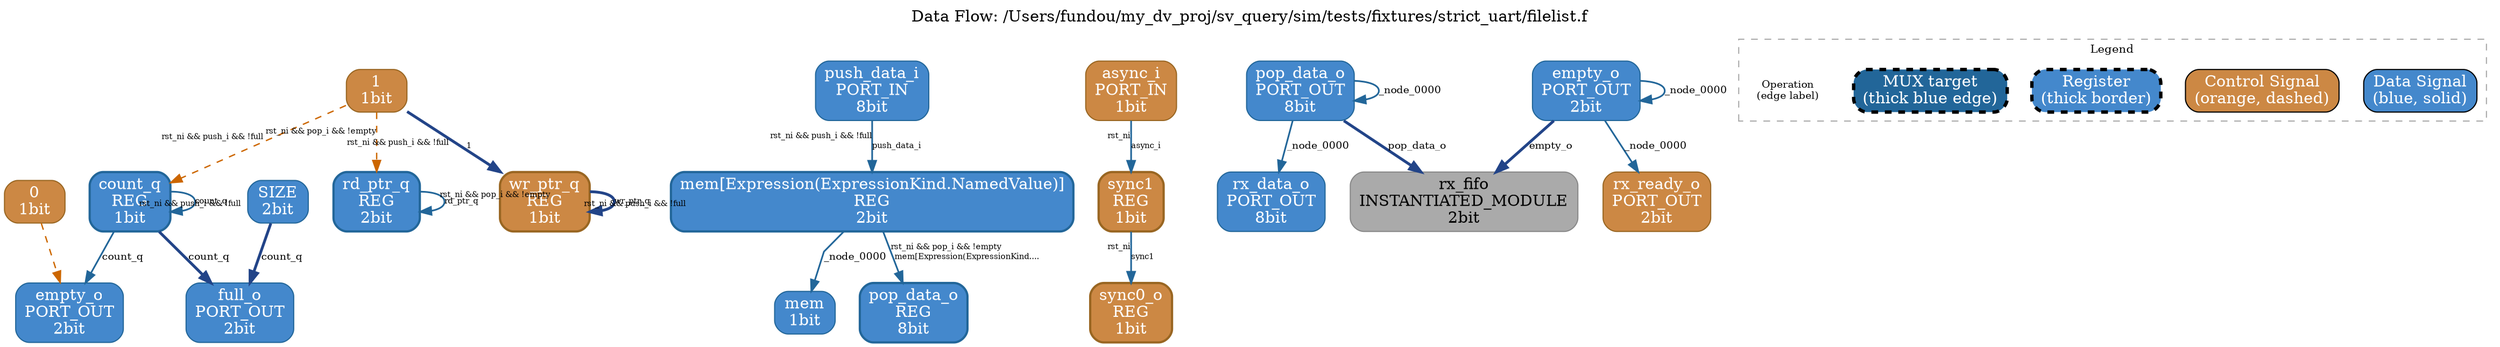
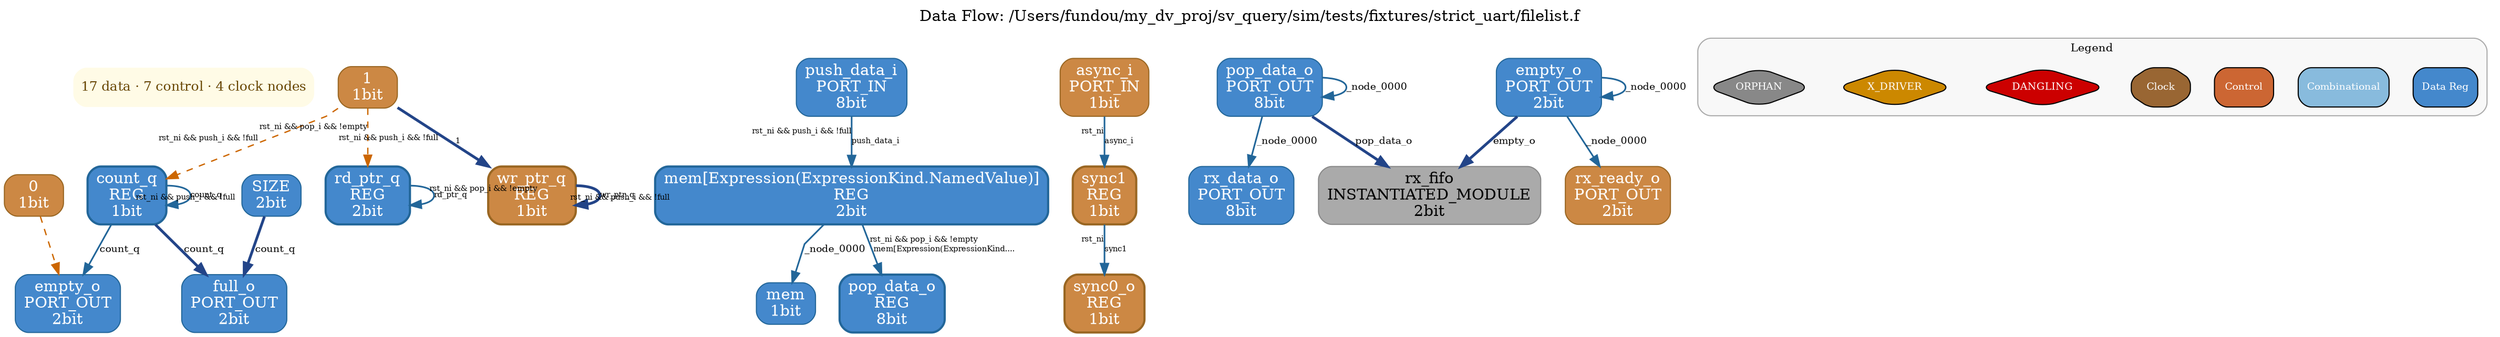
digraph dataflow {
  rankdir=TB;
  label="Data Flow: /Users/fundou/my_dv_proj/sv_query/sim/tests/fixtures/strict_uart/filelist.f";
  labelloc=t;
  fontsize=14;
  ranksep=0.5;
  nodesep=0.3;
  splines=polyline;

-   // TL;DR: 17 data · 7 control · 4 clock nodes
+   // === TL;DR ===
+   TLDR [shape=plaintext, label="17 data · 7 control · 4 clock nodes",
+         fontsize=12, fontcolor="#664400",
+         fillcolor="#fffbe6", style="rounded,filled",
+         margin=0.1];

  // === Nodes ===
  "0" [label="0\n1bit" shape=box style="rounded,filled" fillcolor="#cc8844" color="#996622" fontcolor="white" penwidth=1];
  "1" [label="1\n1bit" shape=box style="rounded,filled" fillcolor="#cc8844" color="#996622" fontcolor="white" penwidth=1];
  "sync_fifo.SIZE" [label="SIZE\n2bit" shape=box style="rounded,filled" fillcolor="#4488cc" color="#226699" fontcolor="white" penwidth=1];
  "sync_fifo.count_q" [label="count_q\nREG\n1bit" shape=box style="rounded,filled" fillcolor="#4488cc" color="#226699" fontcolor="white" penwidth=2];
  "sync_fifo.empty_o" [label="empty_o\nPORT_OUT\n2bit" shape=box style="rounded,filled" fillcolor="#4488cc" color="#226699" fontcolor="white" penwidth=1];
  "sync_fifo.full_o" [label="full_o\nPORT_OUT\n2bit" shape=box style="rounded,filled" fillcolor="#4488cc" color="#226699" fontcolor="white" penwidth=1];
  "sync_fifo.mem" [label="mem\n1bit" shape=box style="rounded,filled" fillcolor="#4488cc" color="#226699" fontcolor="white" penwidth=1];
  "sync_fifo.mem[Expression(ExpressionKind.NamedValue)]" [label="mem[Expression(ExpressionKind.NamedValue)]\nREG\n2bit" shape=box style="rounded,filled" fillcolor="#4488cc" color="#226699" fontcolor="white" penwidth=2];
  "sync_fifo.pop_data_o" [label="pop_data_o\nREG\n8bit" shape=box style="rounded,filled" fillcolor="#4488cc" color="#226699" fontcolor="white" penwidth=2];
  "sync_fifo.push_data_i" [label="push_data_i\nPORT_IN\n8bit" shape=box style="rounded,filled" fillcolor="#4488cc" color="#226699" fontcolor="white" penwidth=1];
  "sync_fifo.rd_ptr_q" [label="rd_ptr_q\nREG\n2bit" shape=box style="rounded,filled" fillcolor="#4488cc" color="#226699" fontcolor="white" penwidth=2];
  "sync_fifo.wr_ptr_q" [label="wr_ptr_q\nREG\n1bit" shape=box style="rounded,filled" fillcolor="#cc8844" color="#996622" fontcolor="white" penwidth=2];
  "synchronizer.async_i" [label="async_i\nPORT_IN\n1bit" shape=box style="rounded,filled" fillcolor="#cc8844" color="#996622" fontcolor="white" penwidth=1];
  "synchronizer.sync0_o" [label="sync0_o\nREG\n1bit" shape=box style="rounded,filled" fillcolor="#cc8844" color="#996622" fontcolor="white" penwidth=2];
  "synchronizer.sync1" [label="sync1\nREG\n1bit" shape=box style="rounded,filled" fillcolor="#cc8844" color="#996622" fontcolor="white" penwidth=2];
  "uart_top.rx_data_o" [label="rx_data_o\nPORT_OUT\n8bit" shape=box style="rounded,filled" fillcolor="#4488cc" color="#226699" fontcolor="white" penwidth=1];
  "uart_top.rx_fifo" [label="rx_fifo\nINSTANTIATED_MODULE\n2bit" shape=box style="rounded,filled" fillcolor="#aaaaaa" color="#888888" fontcolor="black" penwidth=1];
  "uart_top.rx_fifo.empty_o" [label="empty_o\nPORT_OUT\n2bit" shape=box style="rounded,filled" fillcolor="#4488cc" color="#226699" fontcolor="white" penwidth=1];
  "uart_top.rx_fifo.pop_data_o" [label="pop_data_o\nPORT_OUT\n8bit" shape=box style="rounded,filled" fillcolor="#4488cc" color="#226699" fontcolor="white" penwidth=1];
  "uart_top.rx_ready_o" [label="rx_ready_o\nPORT_OUT\n2bit" shape=box style="rounded,filled" fillcolor="#cc8844" color="#996622" fontcolor="white" penwidth=1];

  // === Data Edges ===
  "synchronizer.async_i" -> "synchronizer.sync1" [color="#226699", style=solid, penwidth=1.5, label="async_i", fontsize=9, xlabel="rst_ni", fontsize=7];
  "synchronizer.sync1" -> "synchronizer.sync0_o" [color="#226699", style=solid, penwidth=1.5, label="sync1", fontsize=9, xlabel="rst_ni", fontsize=7];
  "sync_fifo.push_data_i" -> "sync_fifo.mem[Expression(ExpressionKind.NamedValue)]" [color="#226699", style=solid, penwidth=1.5, label="push_data_i", fontsize=9, xlabel="rst_ni && push_i && !full", fontsize=7];
  "sync_fifo.count_q" -> "sync_fifo.empty_o" [color="#226699", style=solid, penwidth=1.5, label="count_q", fontsize=9];
  "sync_fifo.count_q" -> "sync_fifo.full_o" [color="#226699", style=solid, penwidth=1.5, label="count_q", fontsize=9, penwidth=2.5, color="#224488"];
  "sync_fifo.count_q" -> "sync_fifo.count_q" [color="#226699", style=solid, penwidth=1.5, label="count_q", fontsize=9, xlabel="rst_ni && push_i && !full", fontsize=7];
  "sync_fifo.wr_ptr_q" -> "sync_fifo.wr_ptr_q" [color="#226699", style=solid, penwidth=1.5, label="wr_ptr_q", fontsize=9, xlabel="rst_ni && push_i && !full", fontsize=7, penwidth=2.5, color="#224488"];
  "sync_fifo.SIZE" -> "sync_fifo.full_o" [color="#226699", style=solid, penwidth=1.5, label="count_q", fontsize=9, penwidth=2.5, color="#224488"];
  "sync_fifo.rd_ptr_q" -> "sync_fifo.rd_ptr_q" [color="#226699", style=solid, penwidth=1.5, label="rd_ptr_q", fontsize=9, xlabel="rst_ni && pop_i && !empty", fontsize=7];
  "sync_fifo.mem[Expression(ExpressionKind.NamedValue)]" -> "sync_fifo.pop_data_o" [color="#226699", style=solid, penwidth=1.5, label="mem[Expression(ExpressionKind....", fontsize=9, xlabel="rst_ni && pop_i && !empty", fontsize=7];
  "sync_fifo.mem[Expression(ExpressionKind.NamedValue)]" -> "sync_fifo.mem" [color="#226699", style=solid, penwidth=1.5, label="_node_0000", fontsize=9];
  "uart_top.rx_fifo.pop_data_o" -> "uart_top.rx_fifo.pop_data_o" [color="#226699", style=solid, penwidth=1.5, label="_node_0000", fontsize=9];
  "uart_top.rx_fifo.pop_data_o" -> "uart_top.rx_data_o" [color="#226699", style=solid, penwidth=1.5, label="_node_0000", fontsize=9];
  "uart_top.rx_fifo.pop_data_o" -> "uart_top.rx_fifo" [color="#226699", style=solid, penwidth=1.5, label="pop_data_o", fontsize=9, penwidth=2.5, color="#224488"];
  "uart_top.rx_fifo.empty_o" -> "uart_top.rx_fifo.empty_o" [color="#226699", style=solid, penwidth=1.5, label="_node_0000", fontsize=9];
  "uart_top.rx_fifo.empty_o" -> "uart_top.rx_ready_o" [color="#226699", style=solid, penwidth=1.5, label="_node_0000", fontsize=9];
  "uart_top.rx_fifo.empty_o" -> "uart_top.rx_fifo" [color="#226699", style=solid, penwidth=1.5, label="empty_o", fontsize=9, penwidth=2.5, color="#224488"];
  "1" -> "sync_fifo.wr_ptr_q" [color="#226699", style=solid, penwidth=1.5, label="1", fontsize=9, xlabel="rst_ni && push_i && !full", fontsize=7, penwidth=2.5, color="#224488"];

  // === Key Control Edges ===
  "0" -> "sync_fifo.empty_o" [color="#CC6600", style=dashed, penwidth=1.2];
  "1" -> "sync_fifo.rd_ptr_q" [color="#CC6600", style=dashed, penwidth=1.2, xlabel="rst_ni && pop_i && !empty", fontsize=7];
  "1" -> "sync_fifo.count_q" [color="#CC6600", style=dashed, penwidth=1.2, xlabel="rst_ni && push_i && !full", fontsize=7];

  // === Legend ===
  subgraph cluster_legend {
    label="Legend";
+     style="rounded,filled";
+     fillcolor="#f8f8f8";
+     color="#aaaaaa";
    fontsize=10;
-     style=dashed;
-     color="#aaaaaa";
-     legend_data [label="Data Signal\n(blue, solid)" shape=box style="rounded,filled" fillcolor="#4488cc" fontcolor="white"];
-     legend_control [label="Control Signal\n(orange, dashed)" shape=box style="rounded,filled" fillcolor="#cc8844" fontcolor="white"];
-     legend_reg [label="Register\n(thick border)" shape=box style="rounded,filled,dashed" fillcolor="#4488cc" fontcolor="white" penwidth=3];
-     legend_mux [label="MUX target\n(thick blue edge)" shape=box style="rounded,filled,dashed" fillcolor="#226699" fontcolor="white" penwidth=3];
-     legend_op [label="Operation\n(edge label)" shape=none fontsize=9];
+     rank=sink;
+     "legend_dataflow_0" [label="Data Reg" shape=box,style="filled,rounded" fillcolor="#4488cc" fontcolor="white" fontsize=9];
+     "legend_dataflow_1" [label="Combinational" shape=box,style="filled,rounded" fillcolor="#88bbdd" fontcolor="white" fontsize=9];
+     "legend_dataflow_2" [label="Control" shape=box,style=dashed,style="filled,rounded" fillcolor="#cc6633" fontcolor="white" fontsize=9];
+     "legend_dataflow_3" [label="Clock" shape=octagon,style="filled,rounded" fillcolor="#996633" fontcolor="white" fontsize=9];
+     "legend_dataflow_4" [label="DANGLING" shape=diamond,style="filled,rounded" fillcolor="#cc0000" fontcolor="white" fontsize=9];
+     "legend_dataflow_5" [label="X_DRIVER" shape=diamond,style="filled,rounded" fillcolor="#cc8800" fontcolor="white" fontsize=9];
+     "legend_dataflow_6" [label="ORPHAN" shape=diamond,style="filled,rounded" fillcolor="#888888" fontcolor="white" fontsize=9];
  }
}